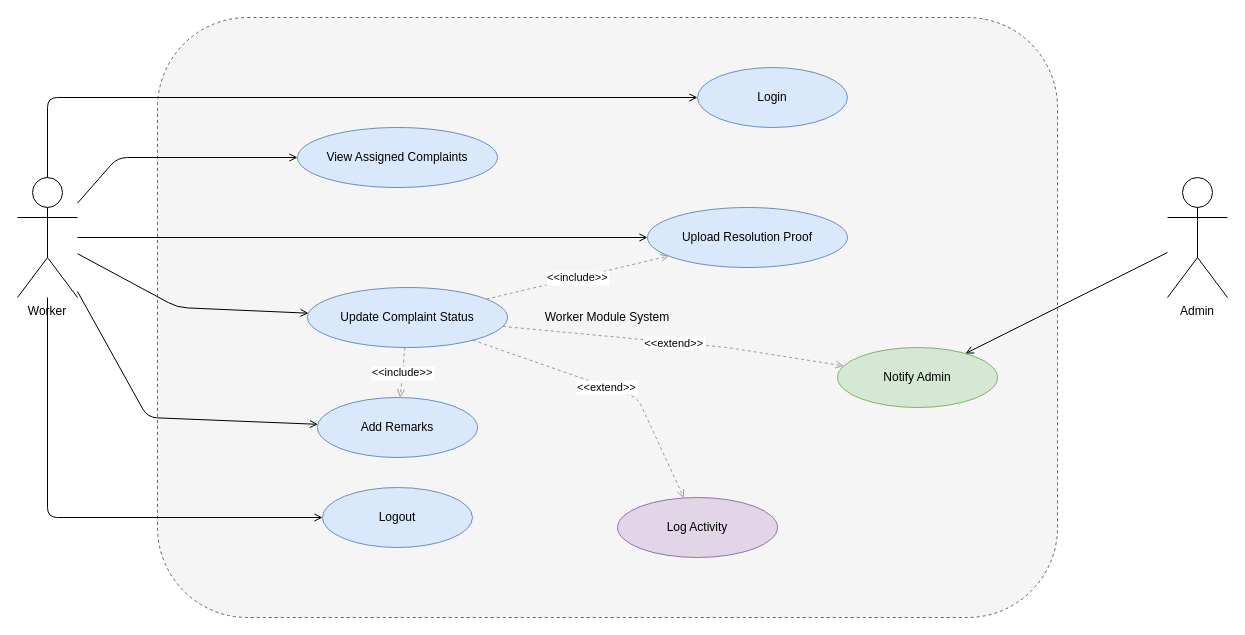
The draw.io diagram UML diagrams/workerUseCase.drawio in shitkarjidnesh/FixMyCity, before the edit. Source tidied: cells renumbered, new cells numbered last; positions are measured from the earlier drawing's top-left corner, leaving out a move shared by most shapes. Both pictures are drawn from the tidied source at 100%, with x=0, y=0 at pixel (17, 17).
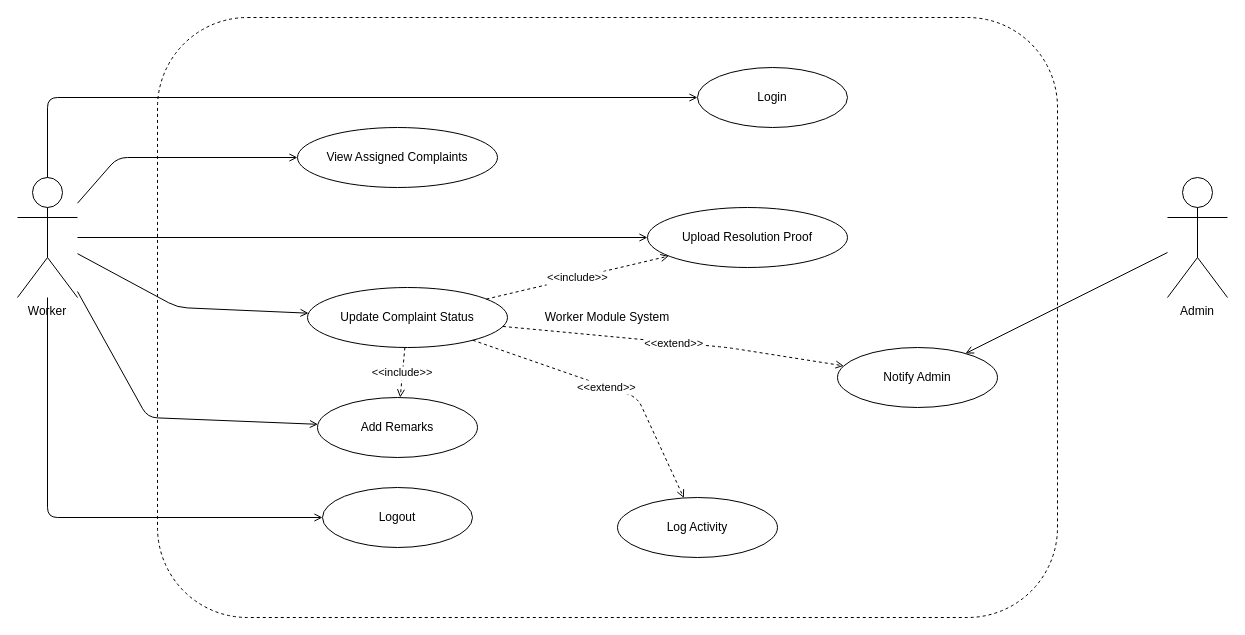
Above is the later version.

What changed in the source:
```diff
@@
-    <mxCell id="4" value="Worker Module System" style="shape=rectangle;rounded=1;dashed=1;whiteSpace=wrap;html=1;fillColor=#f5f5f5;strokeColor=#666666;" parent="1" vertex="1">
+    <mxCell id="4" value="Worker Module System" style="shape=rectangle;rounded=1;dashed=1;whiteSpace=wrap;html=1;" parent="1" vertex="1">
       <mxGeometry x="140" width="900" height="600" as="geometry" />
     </mxCell>
-    <mxCell id="5" value="Login" style="ellipse;whiteSpace=wrap;html=1;fillColor=#dae8fc;strokeColor=#6c8ebf;" parent="4" vertex="1">
+    <mxCell id="5" value="Login" style="ellipse;whiteSpace=wrap;html=1;" parent="4" vertex="1">
       <mxGeometry x="540" y="50" width="150" height="60" as="geometry" />
     </mxCell>
-    <mxCell id="6" value="View Assigned Complaints" style="ellipse;whiteSpace=wrap;html=1;fillColor=#dae8fc;strokeColor=#6c8ebf;" parent="4" vertex="1">
+    <mxCell id="6" value="View Assigned Complaints" style="ellipse;whiteSpace=wrap;html=1;" parent="4" vertex="1">
       <mxGeometry x="140" y="110" width="200" height="60" as="geometry" />
     </mxCell>
-    <mxCell id="7" value="Update Complaint Status" style="ellipse;whiteSpace=wrap;html=1;fillColor=#dae8fc;strokeColor=#6c8ebf;" parent="4" vertex="1">
+    <mxCell id="7" value="Update Complaint Status" style="ellipse;whiteSpace=wrap;html=1;" parent="4" vertex="1">
       <mxGeometry x="150" y="270" width="200" height="60" as="geometry" />
     </mxCell>
-    <mxCell id="8" value="Upload Resolution Proof" style="ellipse;whiteSpace=wrap;html=1;fillColor=#dae8fc;strokeColor=#6c8ebf;" parent="4" vertex="1">
+    <mxCell id="8" value="Upload Resolution Proof" style="ellipse;whiteSpace=wrap;html=1;" parent="4" vertex="1">
       <mxGeometry x="490" y="190" width="200" height="60" as="geometry" />
     </mxCell>
-    <mxCell id="9" value="Add Remarks" style="ellipse;whiteSpace=wrap;html=1;fillColor=#dae8fc;strokeColor=#6c8ebf;" parent="4" vertex="1">
+    <mxCell id="9" value="Add Remarks" style="ellipse;whiteSpace=wrap;html=1;" parent="4" vertex="1">
       <mxGeometry x="160" y="380" width="160" height="60" as="geometry" />
     </mxCell>
-    <mxCell id="10" value="Notify Admin" style="ellipse;whiteSpace=wrap;html=1;fillColor=#d5e8d4;strokeColor=#82b366;" parent="4" vertex="1">
+    <mxCell id="10" value="Notify Admin" style="ellipse;whiteSpace=wrap;html=1;" parent="4" vertex="1">
       <mxGeometry x="680" y="330" width="160" height="60" as="geometry" />
     </mxCell>
-    <mxCell id="11" value="Log Activity" style="ellipse;whiteSpace=wrap;html=1;fillColor=#e1d5e7;strokeColor=#9673a6;" parent="4" vertex="1">
+    <mxCell id="11" value="Log Activity" style="ellipse;whiteSpace=wrap;html=1;" parent="4" vertex="1">
       <mxGeometry x="460" y="480" width="160" height="60" as="geometry" />
     </mxCell>
-    <mxCell id="12" value="Logout" style="ellipse;whiteSpace=wrap;html=1;fillColor=#dae8fc;strokeColor=#6c8ebf;" parent="4" vertex="1">
+    <mxCell id="12" value="Logout" style="ellipse;whiteSpace=wrap;html=1;" parent="4" vertex="1">
       <mxGeometry x="165" y="470" width="150" height="60" as="geometry" />
     </mxCell>
@@
-    <mxCell id="19" value="&lt;&lt;include&gt;&gt;" style="dashed=1;endArrow=open;strokeColor=#999999;" parent="1" edge="1" source="7" target="8">
+    <mxCell id="19" value="&lt;&lt;include&gt;&gt;" style="dashed=1;endArrow=open;" parent="1" edge="1" source="7" target="8">
       <mxGeometry relative="1" as="geometry" />
     </mxCell>
-    <mxCell id="20" value="&lt;&lt;include&gt;&gt;" style="dashed=1;endArrow=open;strokeColor=#999999;" parent="1" edge="1" source="7" target="9">
+    <mxCell id="20" value="&lt;&lt;include&gt;&gt;" style="dashed=1;endArrow=open;" parent="1" edge="1" source="7" target="9">
       <mxGeometry relative="1" as="geometry" />
     </mxCell>
-    <mxCell id="21" value="&lt;&lt;extend&gt;&gt;" style="dashed=1;endArrow=open;strokeColor=#999999;" parent="1" edge="1" source="7" target="10">
+    <mxCell id="21" value="&lt;&lt;extend&gt;&gt;" style="dashed=1;endArrow=open;" parent="1" edge="1" source="7" target="10">
       <mxGeometry relative="1" as="geometry">
         <Array as="points">
           <mxPoint x="710" y="330" />
         </Array>
       </mxGeometry>
     </mxCell>
-    <mxCell id="22" value="&lt;&lt;extend&gt;&gt;" style="dashed=1;endArrow=open;strokeColor=#999999;" parent="1" edge="1" source="7" target="11">
+    <mxCell id="22" value="&lt;&lt;extend&gt;&gt;" style="dashed=1;endArrow=open;" parent="1" edge="1" source="7" target="11">
       <mxGeometry relative="1" as="geometry">
         <Array as="points">
           <mxPoint x="620" y="380" />
         </Array>
       </mxGeometry>
     </mxCell>
```
